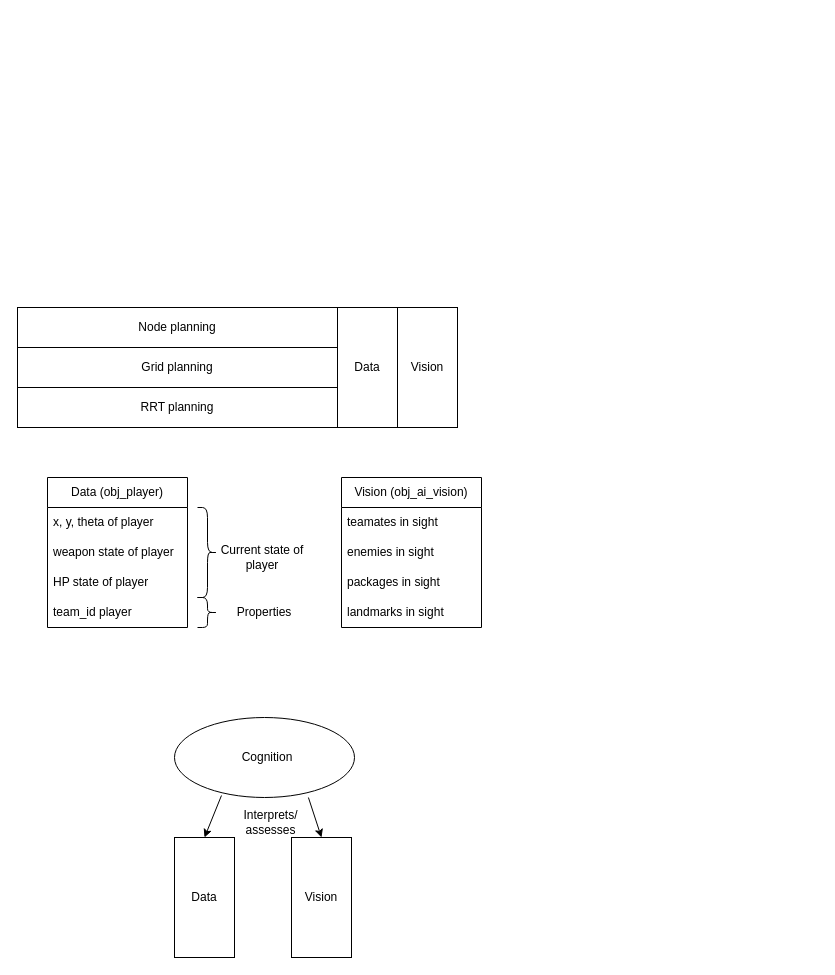
The draw.io diagram diagrams/ai_architecture_draft.drawio in TomPostmus/DogFights-01, before the edit. Source tidied: cells renumbered, new cells numbered last; positions are measured from the earlier drawing's top-left corner, leaving out a move shared by most shapes. Both pictures are drawn from the tidied source at 100%, with x=0, y=0 at pixel (17, 307).
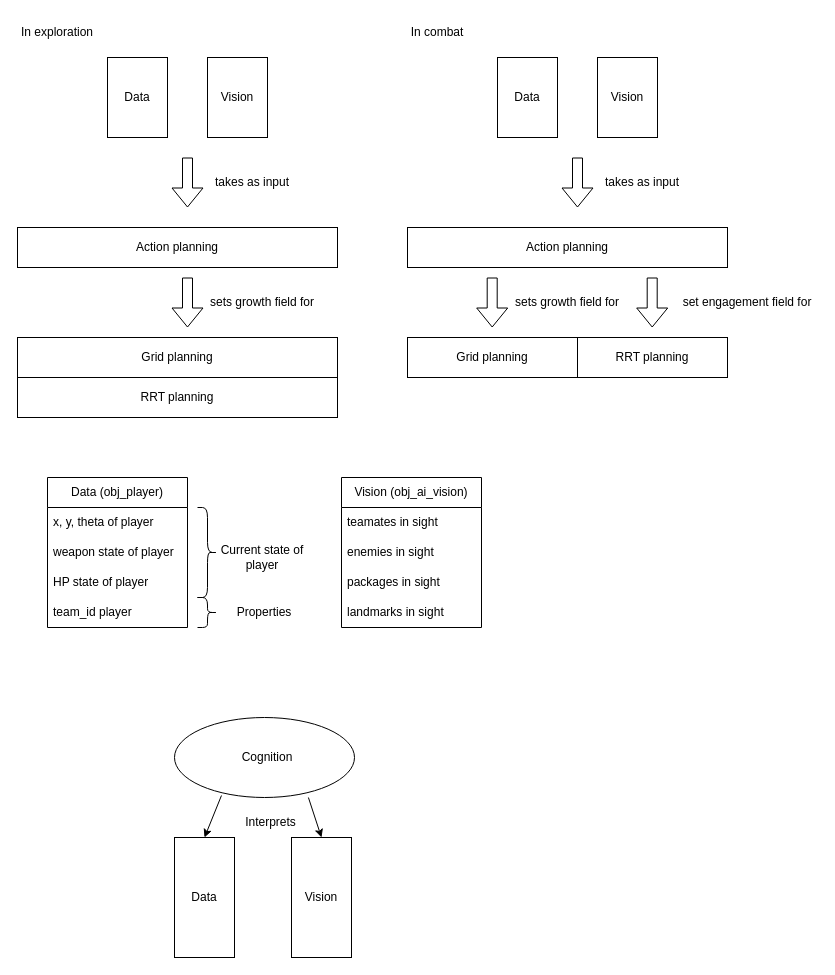
Above is the later version.

Commit message (it also covers changes not shown here):
Designing AI architecture. Added new layer to design; the Action planning layer. Thought of more concrete tasks and made Trello board.

Change to the diagram source:
```diff
@@
-    <mxCell id="2" value="Node planning" style="rounded=0;whiteSpace=wrap;html=1;" parent="1" vertex="1">
-      <mxGeometry width="320" height="40" as="geometry" />
+    <mxCell id="2" value="Action planning" style="rounded=0;whiteSpace=wrap;html=1;" parent="1" vertex="1">
+      <mxGeometry y="-80" width="320" height="40" as="geometry" />
     </mxCell>
     <mxCell id="3" value="Grid planning" style="rounded=0;whiteSpace=wrap;html=1;" parent="1" vertex="1">
-      <mxGeometry y="40" width="320" height="40" as="geometry" />
+      <mxGeometry y="30" width="320" height="40" as="geometry" />
     </mxCell>
     <mxCell id="4" value="RRT planning" style="rounded=0;whiteSpace=wrap;html=1;" parent="1" vertex="1">
-      <mxGeometry y="80" width="320" height="40" as="geometry" />
+      <mxGeometry y="70" width="320" height="40" as="geometry" />
     </mxCell>
     <mxCell id="5" value="Data" style="rounded=0;whiteSpace=wrap;html=1;" parent="1" vertex="1">
-      <mxGeometry x="320" width="60" height="120" as="geometry" />
+      <mxGeometry x="90" y="-250" width="60" height="80" as="geometry" />
     </mxCell>
@@
     <mxCell id="11" value="Vision" style="rounded=0;whiteSpace=wrap;html=1;" parent="1" vertex="1">
-      <mxGeometry x="380" width="60" height="120" as="geometry" />
+      <mxGeometry x="190" y="-250" width="60" height="80" as="geometry" />
     </mxCell>
@@
-    <mxCell id="26" value="Interprets/&lt;div&gt;assesses&lt;/div&gt;" style="text;html=1;whiteSpace=wrap;strokeColor=none;fillColor=none;align=center;verticalAlign=middle;rounded=0;" parent="1" vertex="1">
+    <mxCell id="26" value="Interprets" style="text;html=1;whiteSpace=wrap;strokeColor=none;fillColor=none;align=center;verticalAlign=middle;rounded=0;" parent="1" vertex="1">
       <mxGeometry x="217" y="500" width="73" height="30" as="geometry" />
     </mxCell>
@@
+    <mxCell id="28" style="shape=flexArrow;endArrow=classic;html=1;rounded=0;" parent="1" edge="1">
+      <mxGeometry relative="1" as="geometry">
+        <mxPoint x="170" y="-150" as="sourcePoint" />
+        <mxPoint x="170" y="-100" as="targetPoint" />
+      </mxGeometry>
+    </mxCell>
+    <mxCell id="29" style="shape=flexArrow;endArrow=classic;html=1;rounded=0;" parent="1" edge="1">
+      <mxGeometry relative="1" as="geometry">
+        <mxPoint x="170" y="-30" as="sourcePoint" />
+        <mxPoint x="170" y="20" as="targetPoint" />
+      </mxGeometry>
+    </mxCell>
+    <mxCell id="30" value="takes as input" style="text;html=1;whiteSpace=wrap;strokeColor=none;fillColor=none;align=center;verticalAlign=middle;rounded=0;" parent="1" vertex="1">
+      <mxGeometry x="190" y="-140" width="90" height="30" as="geometry" />
+    </mxCell>
+    <mxCell id="31" value="sets growth field for" style="text;html=1;whiteSpace=wrap;strokeColor=none;fillColor=none;align=center;verticalAlign=middle;rounded=0;" parent="1" vertex="1">
+      <mxGeometry x="190" y="-20" width="110" height="30" as="geometry" />
+    </mxCell>
+    <mxCell id="32" value="Action planning" style="rounded=0;whiteSpace=wrap;html=1;" parent="1" vertex="1">
+      <mxGeometry x="390" y="-80" width="320" height="40" as="geometry" />
+    </mxCell>
+    <mxCell id="33" value="Grid planning" style="rounded=0;whiteSpace=wrap;html=1;" parent="1" vertex="1">
+      <mxGeometry x="390" y="30" width="170" height="40" as="geometry" />
+    </mxCell>
+    <mxCell id="34" value="RRT planning" style="rounded=0;whiteSpace=wrap;html=1;" parent="1" vertex="1">
+      <mxGeometry x="560" y="30" width="150" height="40" as="geometry" />
+    </mxCell>
+    <mxCell id="35" value="Data" style="rounded=0;whiteSpace=wrap;html=1;" parent="1" vertex="1">
+      <mxGeometry x="480" y="-250" width="60" height="80" as="geometry" />
+    </mxCell>
+    <mxCell id="36" value="Vision" style="rounded=0;whiteSpace=wrap;html=1;" parent="1" vertex="1">
+      <mxGeometry x="580" y="-250" width="60" height="80" as="geometry" />
+    </mxCell>
+    <mxCell id="37" style="shape=flexArrow;endArrow=classic;html=1;rounded=0;" parent="1" edge="1">
+      <mxGeometry relative="1" as="geometry">
+        <mxPoint x="560" y="-150" as="sourcePoint" />
+        <mxPoint x="560" y="-100" as="targetPoint" />
+      </mxGeometry>
+    </mxCell>
+    <mxCell id="38" style="shape=flexArrow;endArrow=classic;html=1;rounded=0;" parent="1" edge="1">
+      <mxGeometry relative="1" as="geometry">
+        <mxPoint x="474.7" y="-30" as="sourcePoint" />
+        <mxPoint x="474.7" y="20" as="targetPoint" />
+      </mxGeometry>
+    </mxCell>
+    <mxCell id="39" value="takes as input" style="text;html=1;whiteSpace=wrap;strokeColor=none;fillColor=none;align=center;verticalAlign=middle;rounded=0;" parent="1" vertex="1">
+      <mxGeometry x="580" y="-140" width="90" height="30" as="geometry" />
+    </mxCell>
+    <mxCell id="40" value="sets growth field for" style="text;html=1;whiteSpace=wrap;strokeColor=none;fillColor=none;align=center;verticalAlign=middle;rounded=0;" parent="1" vertex="1">
+      <mxGeometry x="495" y="-20" width="110" height="30" as="geometry" />
+    </mxCell>
+    <mxCell id="41" style="shape=flexArrow;endArrow=classic;html=1;rounded=0;" parent="1" edge="1">
+      <mxGeometry relative="1" as="geometry">
+        <mxPoint x="634.7" y="-30" as="sourcePoint" />
+        <mxPoint x="634.7" y="20" as="targetPoint" />
+      </mxGeometry>
+    </mxCell>
+    <mxCell id="42" value="set engagement field for" style="text;html=1;whiteSpace=wrap;strokeColor=none;fillColor=none;align=center;verticalAlign=middle;rounded=0;" parent="1" vertex="1">
+      <mxGeometry x="660" y="-20" width="140" height="30" as="geometry" />
+    </mxCell>
+    <mxCell id="43" value="In combat" style="text;html=1;whiteSpace=wrap;strokeColor=none;fillColor=none;align=center;verticalAlign=middle;rounded=0;" parent="1" vertex="1">
+      <mxGeometry x="390" y="-290" width="60" height="30" as="geometry" />
+    </mxCell>
+    <mxCell id="44" value="In exploration" style="text;html=1;whiteSpace=wrap;strokeColor=none;fillColor=none;align=center;verticalAlign=middle;rounded=0;" parent="1" vertex="1">
+      <mxGeometry y="-290" width="80" height="30" as="geometry" />
+    </mxCell>
```
